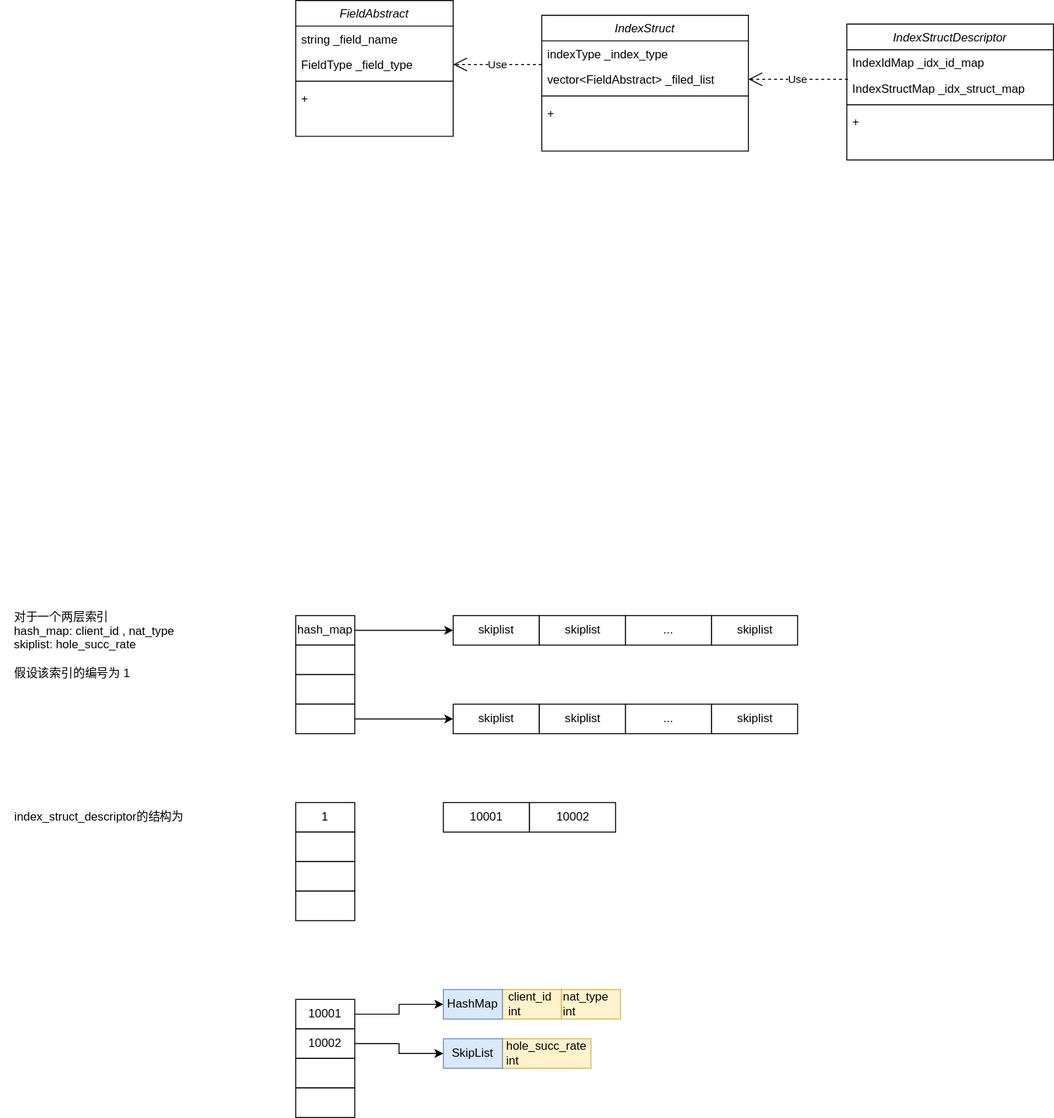
Earlier version of the draw.io export index_struct模块设计.drawio.svg (gaochenxi/drawio). Source tidied: cells renumbered, new cells last; positions are measured from the earlier drawing's top-left corner, leaving out a move shared by most shapes.
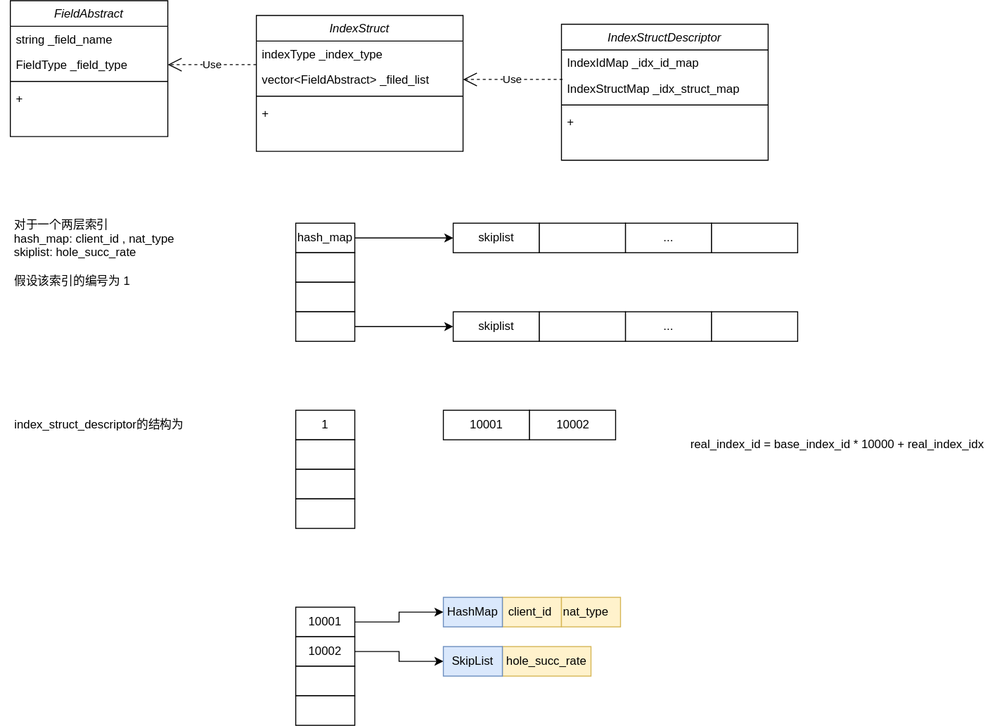
The same file after the commit.

Commit message:
更新index_struct模块设计.drawio.svg

What changed in the source:
```diff
@@ -3,7 +3,7 @@
     <mxCell id="0" />
     <mxCell id="1" parent="0" />
     <mxCell id="2" value="IndexStruct" style="swimlane;fontStyle=2;align=center;verticalAlign=top;horizontal=1;startSize=26;rounded=0;shadow=0;strokeWidth=1;" parent="1" vertex="1">
-      <mxGeometry x="550" y="15" width="210" height="138" as="geometry" />
+      <mxGeometry x="260" y="414" width="210" height="138" as="geometry" />
     </mxCell>
     <mxCell id="3" value="indexType _index_type" style="text;align=left;verticalAlign=top;spacingLeft=4;spacingRight=4;overflow=hidden;" parent="2" vertex="1">
       <mxGeometry y="26" width="210" height="26" as="geometry" />
@@ -18,7 +18,7 @@
       <mxGeometry y="86" width="210" height="26" as="geometry" />
     </mxCell>
     <mxCell id="7" value="FieldAbstract" style="swimlane;fontStyle=2;align=center;verticalAlign=top;horizontal=1;startSize=26;rounded=0;shadow=0;strokeWidth=1;" parent="1" vertex="1">
-      <mxGeometry x="300" width="160" height="138" as="geometry" />
+      <mxGeometry x="10" y="399" width="160" height="138" as="geometry" />
     </mxCell>
     <mxCell id="8" value="string _field_name" style="text;align=left;verticalAlign=top;spacingLeft=4;spacingRight=4;overflow=hidden;" parent="7" vertex="1">
       <mxGeometry y="26" width="160" height="26" as="geometry" />
@@ -33,7 +33,7 @@
       <mxGeometry y="86" width="160" height="26" as="geometry" />
     </mxCell>
     <mxCell id="12" value="IndexStructDescriptor" style="swimlane;fontStyle=2;align=center;verticalAlign=top;horizontal=1;startSize=26;rounded=0;shadow=0;strokeWidth=1;" parent="1" vertex="1">
-      <mxGeometry x="860" y="24" width="210" height="138" as="geometry" />
+      <mxGeometry x="570" y="423" width="210" height="138" as="geometry" />
     </mxCell>
     <mxCell id="13" value="IndexIdMap _idx_id_map" style="text;align=left;verticalAlign=top;spacingLeft=4;spacingRight=4;overflow=hidden;" parent="12" vertex="1">
       <mxGeometry y="26" width="210" height="26" as="geometry" />
@@ -101,10 +101,10 @@
     <mxCell id="34" value="..." style="rounded=0;whiteSpace=wrap;html=1;" parent="32" vertex="1">
       <mxGeometry x="175" width="87.5" height="30" as="geometry" />
     </mxCell>
-    <mxCell id="35" value="skiplist" style="rounded=0;whiteSpace=wrap;html=1;" parent="32" vertex="1">
+    <mxCell id="35" style="rounded=0;whiteSpace=wrap;html=1;" parent="32" vertex="1">
       <mxGeometry x="262.5" width="87.5" height="30" as="geometry" />
     </mxCell>
-    <mxCell id="36" value="skiplist" style="rounded=0;whiteSpace=wrap;html=1;" parent="32" vertex="1">
+    <mxCell id="36" style="rounded=0;whiteSpace=wrap;html=1;" parent="32" vertex="1">
       <mxGeometry x="87.5" width="87.5" height="30" as="geometry" />
     </mxCell>
     <mxCell id="37" value="&lt;div style=&quot;text-align: left;&quot;&gt;&lt;span style=&quot;background-color: initial;&quot;&gt;对于一个两层索引&lt;/span&gt;&lt;/div&gt;&lt;div style=&quot;text-align: left;&quot;&gt;&lt;span style=&quot;background-color: initial;&quot;&gt;hash_map: client_id , nat_type&lt;/span&gt;&lt;/div&gt;&lt;div style=&quot;text-align: left;&quot;&gt;&lt;span style=&quot;background-color: initial;&quot;&gt;skiplist: hole_succ_rate&lt;/span&gt;&lt;/div&gt;&lt;div style=&quot;text-align: left;&quot;&gt;&lt;span style=&quot;background-color: initial;&quot;&gt;&lt;br&gt;&lt;/span&gt;&lt;/div&gt;&lt;div style=&quot;text-align: left;&quot;&gt;&lt;span style=&quot;background-color: initial;&quot;&gt;假设该索引的编号为 1&lt;/span&gt;&lt;/div&gt;" style="text;html=1;align=center;verticalAlign=middle;strokeColor=none;fillColor=none;" parent="1" vertex="1">
@@ -122,10 +122,10 @@
     <mxCell id="41" value="..." style="rounded=0;whiteSpace=wrap;html=1;" parent="39" vertex="1">
       <mxGeometry x="175" width="87.5" height="30" as="geometry" />
     </mxCell>
-    <mxCell id="42" value="skiplist" style="rounded=0;whiteSpace=wrap;html=1;" parent="39" vertex="1">
+    <mxCell id="42" style="rounded=0;whiteSpace=wrap;html=1;" parent="39" vertex="1">
       <mxGeometry x="262.5" width="87.5" height="30" as="geometry" />
     </mxCell>
-    <mxCell id="43" value="skiplist" style="rounded=0;whiteSpace=wrap;html=1;" parent="39" vertex="1">
+    <mxCell id="43" style="rounded=0;whiteSpace=wrap;html=1;" parent="39" vertex="1">
       <mxGeometry x="87.5" width="87.5" height="30" as="geometry" />
     </mxCell>
     <mxCell id="44" style="endArrow=classic;html=1;rounded=0;exitX=1;exitY=0.5;exitDx=0;exitDy=0;entryX=0;entryY=0.5;entryDx=0;entryDy=0;" parent="1" edge="1" source="31" target="40">
@@ -149,13 +149,13 @@
     <mxCell id="50" style="rounded=0;whiteSpace=wrap;html=1;" parent="46" vertex="1">
       <mxGeometry y="90" width="60" height="30" as="geometry" />
     </mxCell>
-    <mxCell id="51" value="&lt;div style=&quot;text-align: left;&quot;&gt;&lt;span style=&quot;background-color: initial;&quot;&gt;client_id&amp;nbsp;&lt;/span&gt;&lt;/div&gt;&lt;div style=&quot;text-align: left;&quot;&gt;&lt;span style=&quot;background-color: initial;&quot;&gt;int&lt;/span&gt;&lt;/div&gt;" style="rounded=0;whiteSpace=wrap;html=1;fillColor=#fff2cc;strokeColor=#d6b656;" parent="1" vertex="1">
+    <mxCell id="51" value="&lt;div style=&quot;text-align: left;&quot;&gt;&lt;span style=&quot;background-color: initial;&quot;&gt;client_id&amp;nbsp;&lt;/span&gt;&lt;/div&gt;" style="rounded=0;whiteSpace=wrap;html=1;fillColor=#fff2cc;strokeColor=#d6b656;" parent="1" vertex="1">
       <mxGeometry x="510" y="1005" width="60" height="30" as="geometry" />
     </mxCell>
-    <mxCell id="52" value="nat_type&lt;br&gt;int" style="rounded=0;whiteSpace=wrap;html=1;align=left;fillColor=#fff2cc;strokeColor=#d6b656;" parent="1" vertex="1">
+    <mxCell id="52" value="nat_type" style="rounded=0;whiteSpace=wrap;html=1;align=left;fillColor=#fff2cc;strokeColor=#d6b656;" parent="1" vertex="1">
       <mxGeometry x="570" y="1005" width="60" height="30" as="geometry" />
     </mxCell>
-    <mxCell id="53" value="&lt;div style=&quot;text-align: left;&quot;&gt;&lt;span style=&quot;background-color: initial;&quot;&gt;hole_succ_rate&lt;/span&gt;&lt;/div&gt;&lt;div style=&quot;text-align: left;&quot;&gt;&lt;span style=&quot;background-color: initial;&quot;&gt;int&lt;/span&gt;&lt;br&gt;&lt;/div&gt;" style="rounded=0;whiteSpace=wrap;html=1;fillColor=#fff2cc;strokeColor=#d6b656;" parent="1" vertex="1">
+    <mxCell id="53" value="&lt;div style=&quot;text-align: left;&quot;&gt;&lt;span style=&quot;background-color: initial;&quot;&gt;hole_succ_rate&lt;/span&gt;&lt;/div&gt;" style="rounded=0;whiteSpace=wrap;html=1;fillColor=#fff2cc;strokeColor=#d6b656;" parent="1" vertex="1">
       <mxGeometry x="510" y="1055" width="90" height="30" as="geometry" />
     </mxCell>
     <mxCell id="54" style="endArrow=classic;html=1;rounded=0;exitX=1;exitY=0.5;exitDx=0;exitDy=0;edgeStyle=elbowEdgeStyle;entryX=0;entryY=0.5;entryDx=0;entryDy=0;" parent="1" edge="1" source="47" target="56">
@@ -170,5 +170,8 @@
     <mxCell id="57" value="&lt;div style=&quot;text-align: left;&quot;&gt;SkipList&lt;/div&gt;" style="rounded=0;whiteSpace=wrap;html=1;fillColor=#dae8fc;strokeColor=#6c8ebf;" parent="1" vertex="1">
       <mxGeometry x="450" y="1055" width="60" height="30" as="geometry" />
     </mxCell>
+    <mxCell id="58" value="&lt;div style=&quot;text-align: left;&quot;&gt;real_index_id = base_index_id * 10000 + real_index_idx&lt;/div&gt;" style="text;html=1;align=center;verticalAlign=middle;strokeColor=none;fillColor=none;" parent="1" vertex="1">
+      <mxGeometry x="690" y="835" width="320" height="30" as="geometry" />
+    </mxCell>
   </root>
 </mxGraphModel>
```
